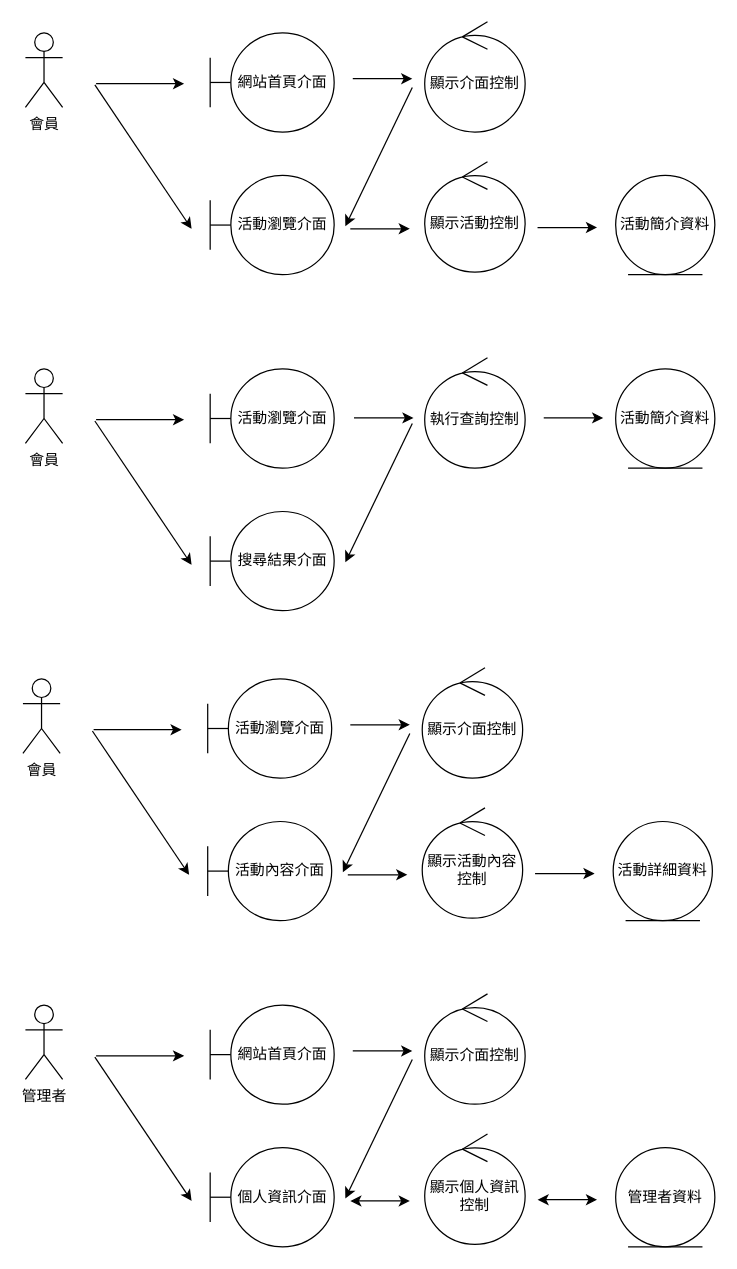
liangyinglly/liangyinglly keeps this draw.io diagram as page "第 2 页" (2 of 2) of .drawio. Above is the earlier version. Source tidied: cells renumbered, new cells numbered last; positions are measured from the earlier drawing's top-left corner, leaving out a move shared by most shapes. Both pictures are drawn from the tidied source at 124%, with x=0, y=0 at pixel (22, 21).
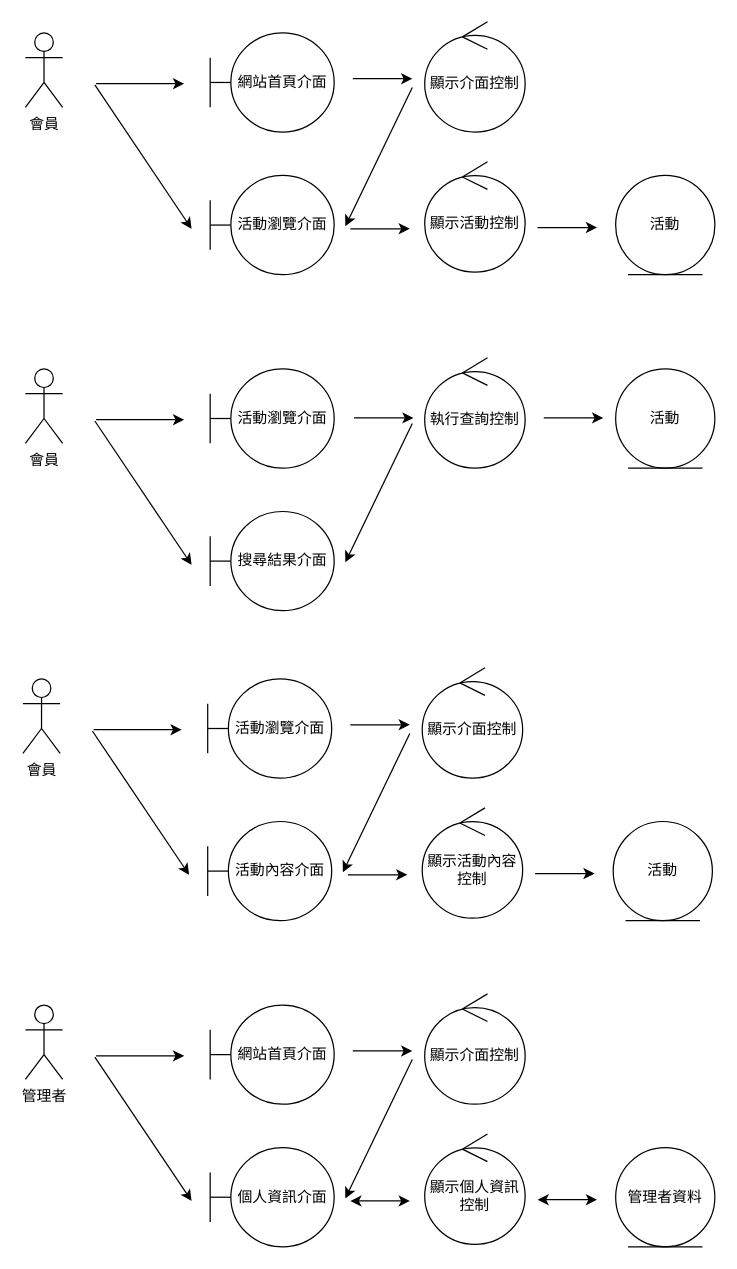
After the change.

Change to the diagram source:
```diff
@@
-    <mxCell id="6" value="活動簡介資料" style="ellipse;shape=umlEntity;whiteSpace=wrap;html=1;" parent="1" vertex="1">
+    <mxCell id="6" value="活動" style="ellipse;shape=umlEntity;whiteSpace=wrap;html=1;" parent="1" vertex="1">
       <mxGeometry x="478" y="124" width="80" height="80" as="geometry" />
     </mxCell>
@@
-    <mxCell id="18" value="活動簡介資料" style="ellipse;shape=umlEntity;whiteSpace=wrap;html=1;" parent="1" vertex="1">
+    <mxCell id="18" value="活動" style="ellipse;shape=umlEntity;whiteSpace=wrap;html=1;" parent="1" vertex="1">
       <mxGeometry x="478" y="280" width="80" height="80" as="geometry" />
     </mxCell>
@@
-    <mxCell id="28" value="活動詳細資料" style="ellipse;shape=umlEntity;whiteSpace=wrap;html=1;" parent="1" vertex="1">
+    <mxCell id="28" value="活動" style="ellipse;shape=umlEntity;whiteSpace=wrap;html=1;" parent="1" vertex="1">
       <mxGeometry x="476" y="645" width="80" height="80" as="geometry" />
     </mxCell>
```
